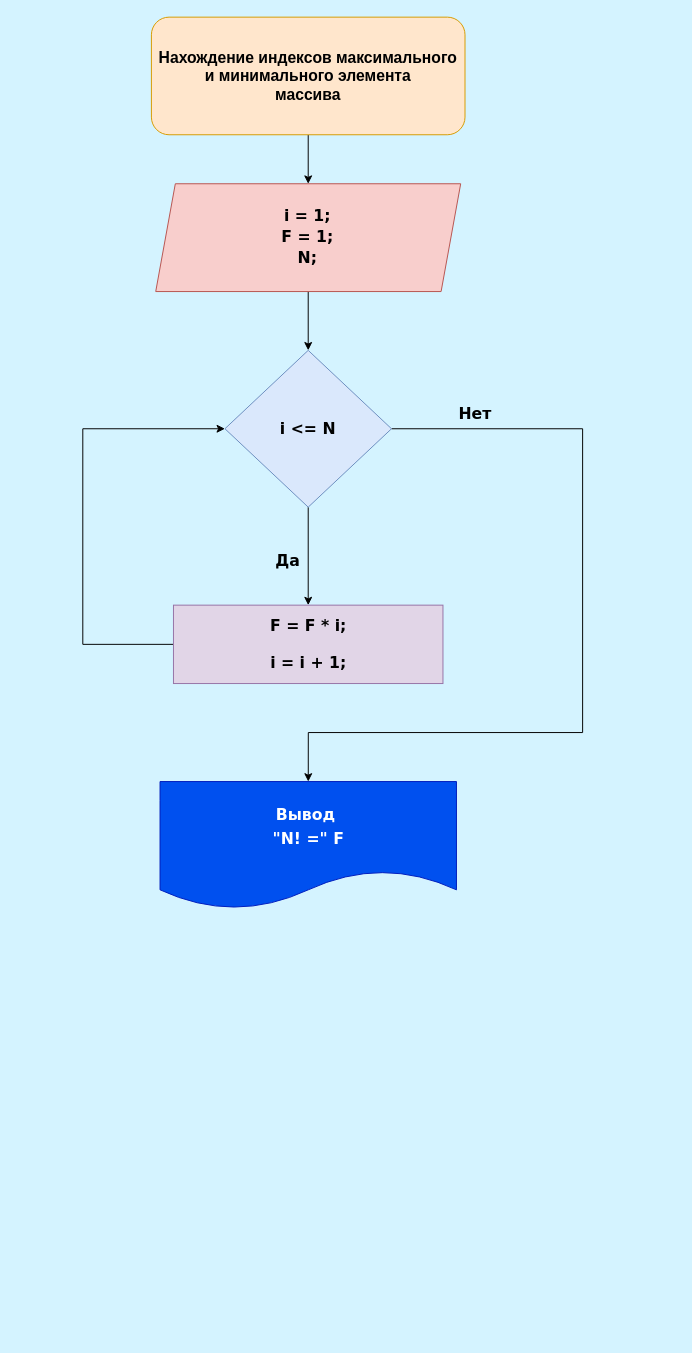
Earlier version of the draw.io diagram ДЗ Семинар 2(1).drawio (M-Ilya/-). Source tidied: cells renumbered, new cells numbered last; positions are measured from the earlier drawing's top-left corner, leaving out a move shared by most shapes. Both pictures are drawn from the tidied source at 98%, with x=0, y=0 at pixel (82, 17).
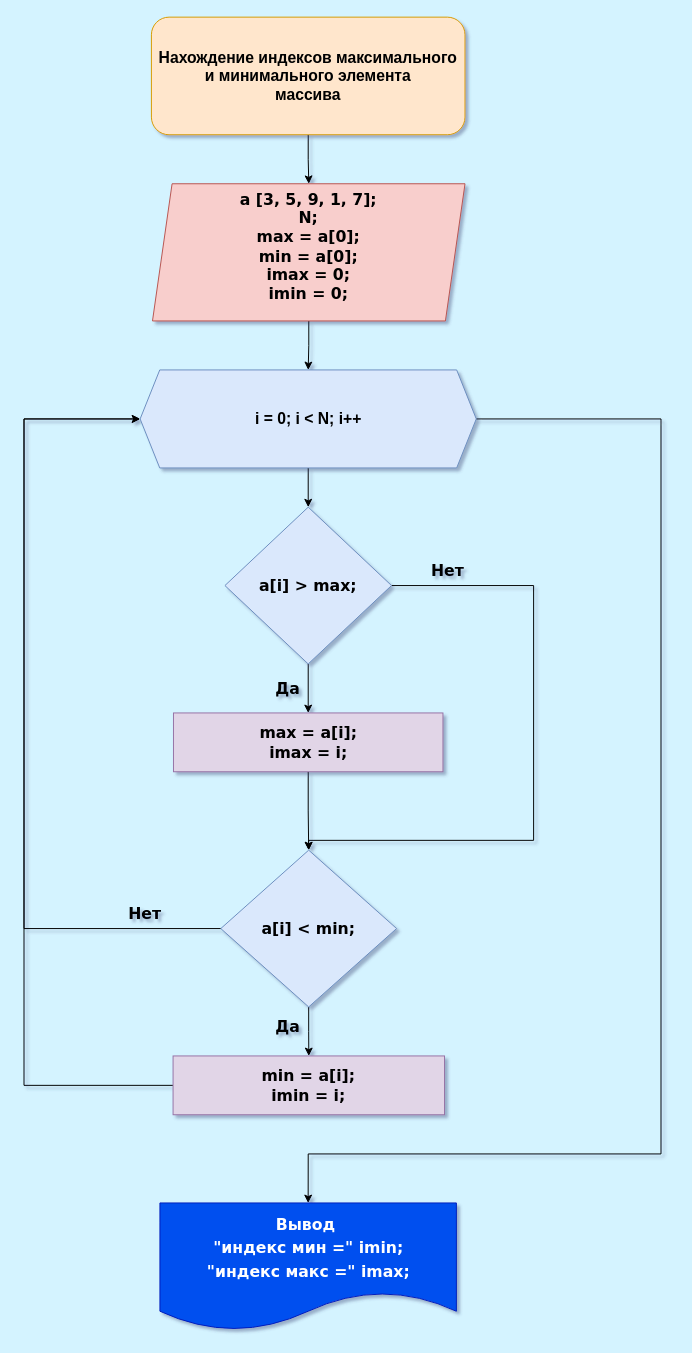
After the change.

Change to the diagram source:
```diff
@@
-<mxGraphModel background="#D4F3FF">
+<mxGraphModel background="#D4F3FF" shadow="1">
@@
-    <mxCell id="2" style="edgeStyle=orthogonalEdgeStyle;rounded=0;jettySize=auto;html=1;entryX=0.5;entryY=0;entryDx=0;entryDy=0;fontFamily=Verdana;" parent="1" edge="1" source="3" target="11">
-      <mxGeometry relative="1" as="geometry" />
-    </mxCell>
+    <mxCell id="14" style="edgeStyle=orthogonalEdgeStyle;rounded=0;jettySize=auto;html=1;fontSize=16;" parent="1" edge="1" source="3" target="19">
+      <mxGeometry relative="1" as="geometry" />
+    </mxCell>
-    <mxCell id="3" value="&lt;p style=&quot;line-height: 1.2; font-size: 16px;&quot;&gt;&lt;font style=&quot;font-size: 16px; line-height: 1.3;&quot;&gt;i = 1;&lt;br&gt;F = 1;&lt;br&gt;&lt;span style=&quot;background-color: initial;&quot;&gt;N;&lt;/span&gt;&lt;br&gt;&lt;/font&gt;&lt;/p&gt;" style="shape=parallelogram;perimeter=parallelogramPerimeter;whiteSpace=wrap;html=1;fixedSize=1;fillColor=#f8cecc;strokeColor=#b85450;fontFamily=Verdana;fontStyle=1;" parent="1" vertex="1">
-      <mxGeometry x="74.4" y="170" width="311.2" height="110" as="geometry" />
+    <mxCell id="3" value="&lt;font style=&quot;font-size: 16px;&quot;&gt;&lt;font style=&quot;font-size: 16px;&quot;&gt;&lt;span style=&quot;background-color: initial;&quot;&gt;a [3, 5, 9, 1, 7];&lt;/span&gt;&lt;br&gt;&lt;span style=&quot;background-color: initial;&quot;&gt;N;&lt;br&gt;&lt;/span&gt;&lt;/font&gt;max = a[0];&lt;br&gt;min = a[0];&lt;br&gt;&lt;/font&gt;&lt;font style=&quot;font-size: 16px;&quot;&gt;imax = 0;&lt;br&gt;imin = 0;&lt;/font&gt;&lt;br&gt;&lt;p&gt;&lt;/p&gt;" style="shape=parallelogram;perimeter=parallelogramPerimeter;whiteSpace=wrap;html=1;fixedSize=1;fillColor=#f8cecc;strokeColor=#b85450;fontFamily=Verdana;fontStyle=1;" parent="1" vertex="1">
+      <mxGeometry x="71.1" y="170" width="318.9" height="140" as="geometry" />
     </mxCell>
-    <mxCell id="4" style="edgeStyle=orthogonalEdgeStyle;rounded=0;jettySize=auto;html=1;fontFamily=Verdana;entryX=0;entryY=0.5;entryDx=0;entryDy=0;" parent="1" edge="1" source="5" target="11">
-      <mxGeometry relative="1" as="geometry">
-        <Array as="points">
-          <mxPoint y="640" />
-          <mxPoint y="420" />
-        </Array>
-      </mxGeometry>
-    </mxCell>
+    <mxCell id="15" style="edgeStyle=orthogonalEdgeStyle;rounded=0;jettySize=auto;html=1;fontFamily=Verdana;fontSize=16;" parent="1" edge="1" source="5" target="22">
+      <mxGeometry relative="1" as="geometry" />
+    </mxCell>
-    <mxCell id="5" value="&lt;font style=&quot;font-size: 16px;&quot;&gt;F = F * i;&lt;br&gt;&lt;br&gt;i = i + 1;&lt;br&gt;&lt;/font&gt;" style="whiteSpace=wrap;html=1;fontFamily=Verdana;fillColor=#e1d5e7;strokeColor=#9673a6;fontStyle=1;" parent="1" vertex="1">
-      <mxGeometry x="92.5" y="600" width="275" height="80" as="geometry" />
+    <mxCell id="5" value="&lt;font style=&quot;font-size: 16px;&quot;&gt;max = a[i];&lt;br&gt;imax = i;&lt;br&gt;&lt;/font&gt;" style="whiteSpace=wrap;html=1;fontFamily=Verdana;fillColor=#e1d5e7;strokeColor=#9673a6;fontStyle=1;" parent="1" vertex="1">
+      <mxGeometry x="92.5" y="710" width="275" height="60" as="geometry" />
     </mxCell>
-    <mxCell id="6" value="&lt;font style=&quot;font-size: 16px; line-height: 1.5;&quot;&gt;Вывод&amp;nbsp; &lt;br&gt;&quot;N! =&quot; F&lt;/font&gt;" style="shape=document;whiteSpace=wrap;html=1;boundedLbl=1;fontFamily=Verdana;fillColor=#0050ef;strokeColor=#001DBC;fontStyle=1;fontColor=#ffffff;" parent="1" vertex="1">
-      <mxGeometry x="78.8" y="780" width="302.5" height="130" as="geometry" />
+    <mxCell id="6" value="&lt;font style=&quot;font-size: 16px; line-height: 1.5;&quot;&gt;Вывод&amp;nbsp; &lt;br&gt;&quot;индекс мин =&quot; imin;&lt;br&gt;&quot;индекс макс =&quot; imax;&lt;br&gt;&lt;/font&gt;" style="shape=document;whiteSpace=wrap;html=1;boundedLbl=1;fontFamily=Verdana;fillColor=#0050ef;strokeColor=#001DBC;fontStyle=1;fontColor=#ffffff;" parent="1" vertex="1">
+      <mxGeometry x="78.7" y="1210" width="302.5" height="130" as="geometry" />
     </mxCell>
@@
-    <mxCell id="10" style="edgeStyle=orthogonalEdgeStyle;rounded=0;jettySize=auto;html=1;fontFamily=Verdana;fontSize=16;entryX=0.5;entryY=0;entryDx=0;entryDy=0;" parent="1" edge="1" source="11" target="6">
-      <mxGeometry relative="1" as="geometry">
-        <Array as="points">
-          <mxPoint x="510" y="420" />
-          <mxPoint x="510" y="730" />
-          <mxPoint x="230" y="730" />
-        </Array>
-      </mxGeometry>
-    </mxCell>
+    <mxCell id="16" style="edgeStyle=orthogonalEdgeStyle;rounded=0;jettySize=auto;html=1;fontFamily=Verdana;fontSize=16;entryX=0.5;entryY=0;entryDx=0;entryDy=0;exitX=1;exitY=0.5;exitDx=0;exitDy=0;" parent="1" edge="1" source="11" target="22">
+      <mxGeometry relative="1" as="geometry">
+        <Array as="points">
+          <mxPoint x="460" y="580" />
+          <mxPoint x="460" y="840" />
+          <mxPoint x="231" y="840" />
+        </Array>
+      </mxGeometry>
+    </mxCell>
-    <mxCell id="11" value="&lt;font style=&quot;font-size: 16px;&quot;&gt;&lt;b&gt;i &amp;lt;= N&lt;/b&gt;&lt;/font&gt;" style="rhombus;whiteSpace=wrap;html=1;fontFamily=Verdana;fillColor=#dae8fc;strokeColor=#6c8ebf;" parent="1" vertex="1">
-      <mxGeometry x="145" y="340" width="170" height="160" as="geometry" />
+    <mxCell id="11" value="&lt;font style=&quot;font-size: 16px;&quot;&gt;&lt;b&gt;a[i] &amp;gt; max;&lt;/b&gt;&lt;/font&gt;" style="rhombus;whiteSpace=wrap;html=1;fontFamily=Verdana;fillColor=#dae8fc;strokeColor=#6c8ebf;" parent="1" vertex="1">
+      <mxGeometry x="145" y="500" width="170" height="160" as="geometry" />
     </mxCell>
     <mxCell id="12" value="&lt;b&gt;Нет&lt;/b&gt;" style="text;html=1;align=center;verticalAlign=middle;strokeColor=none;fillColor=none;fontSize=16;fontFamily=Verdana;" parent="1" vertex="1">
-      <mxGeometry x="370" y="390" width="60" height="30" as="geometry" />
+      <mxGeometry x="341.5" y="550" width="60" height="30" as="geometry" />
     </mxCell>
     <mxCell id="13" value="Да" style="text;html=1;align=center;verticalAlign=middle;strokeColor=none;fillColor=none;fontSize=16;fontFamily=Verdana;fontStyle=1;" parent="1" vertex="1">
-      <mxGeometry x="184" y="540" width="50" height="30" as="geometry" />
+      <mxGeometry x="184" y="670" width="50" height="30" as="geometry" />
     </mxCell>
+    <mxCell id="17" style="edgeStyle=orthogonalEdgeStyle;rounded=0;jettySize=auto;html=1;fontFamily=Verdana;fontSize=16;" parent="1" edge="1" source="19" target="11">
+      <mxGeometry relative="1" as="geometry" />
+    </mxCell>
+    <mxCell id="18" style="edgeStyle=orthogonalEdgeStyle;rounded=0;jettySize=auto;html=1;fontFamily=Verdana;fontSize=16;entryX=0.5;entryY=0;entryDx=0;entryDy=0;" parent="1" edge="1" source="19" target="6">
+      <mxGeometry relative="1" as="geometry">
+        <Array as="points">
+          <mxPoint x="590" y="410" />
+          <mxPoint x="590" y="1160" />
+          <mxPoint x="230" y="1160" />
+        </Array>
+      </mxGeometry>
+    </mxCell>
+    <mxCell id="19" value="&lt;b&gt;i = 0; i &amp;lt; N; i++&lt;/b&gt;" style="shape=hexagon;perimeter=hexagonPerimeter2;whiteSpace=wrap;html=1;fixedSize=1;fontSize=16;fillColor=#dae8fc;strokeColor=#6c8ebf;" parent="1" vertex="1">
+      <mxGeometry x="58.5" y="360" width="343" height="100" as="geometry" />
+    </mxCell>
+    <mxCell id="20" style="edgeStyle=orthogonalEdgeStyle;rounded=0;jettySize=auto;html=1;fontFamily=Verdana;fontSize=16;" parent="1" edge="1" source="22" target="24">
+      <mxGeometry relative="1" as="geometry" />
+    </mxCell>
+    <mxCell id="21" style="edgeStyle=orthogonalEdgeStyle;rounded=0;jettySize=auto;html=1;entryX=0;entryY=0.5;entryDx=0;entryDy=0;fontFamily=Verdana;fontSize=16;" parent="1" edge="1" source="22" target="19">
+      <mxGeometry relative="1" as="geometry">
+        <Array as="points">
+          <mxPoint x="-60" y="930" />
+          <mxPoint x="-60" y="410" />
+        </Array>
+      </mxGeometry>
+    </mxCell>
+    <mxCell id="22" value="&lt;font style=&quot;font-size: 16px;&quot;&gt;a[i] &amp;lt; min;&lt;/font&gt;" style="rhombus;whiteSpace=wrap;html=1;fontFamily=Verdana;fillColor=#dae8fc;strokeColor=#6c8ebf;fontStyle=1;" parent="1" vertex="1">
+      <mxGeometry x="140.8" y="850" width="179.4" height="160" as="geometry" />
+    </mxCell>
+    <mxCell id="23" style="edgeStyle=orthogonalEdgeStyle;rounded=0;jettySize=auto;html=1;fontFamily=Verdana;fontSize=16;entryX=0;entryY=0.5;entryDx=0;entryDy=0;" parent="1" edge="1" source="24" target="19">
+      <mxGeometry relative="1" as="geometry">
+        <Array as="points">
+          <mxPoint x="-60" y="1090" />
+          <mxPoint x="-60" y="410" />
+        </Array>
+      </mxGeometry>
+    </mxCell>
+    <mxCell id="24" value="&lt;font style=&quot;font-size: 16px;&quot;&gt;min = a[i];&lt;br&gt;imin = i;&lt;/font&gt;" style="whiteSpace=wrap;html=1;fontFamily=Verdana;fillColor=#e1d5e7;strokeColor=#9673a6;fontStyle=1;" parent="1" vertex="1">
+      <mxGeometry x="92.1" y="1060" width="277" height="60" as="geometry" />
+    </mxCell>
+    <mxCell id="25" style="text;html=1;align=center;verticalAlign=middle;strokeColor=none;fillColor=none;fontSize=16;fontFamily=Verdana;" parent="1" vertex="1">
+      <mxGeometry x="270" y="1015" width="20" height="30" as="geometry" />
+    </mxCell>
+    <mxCell id="26" value="&lt;b&gt;Да&lt;/b&gt;" style="text;html=1;align=center;verticalAlign=middle;strokeColor=none;fillColor=none;fontSize=16;fontFamily=Verdana;" parent="1" vertex="1">
+      <mxGeometry x="184" y="1015" width="50" height="30" as="geometry" />
+    </mxCell>
+    <mxCell id="27" value="Нет" style="text;html=1;align=center;verticalAlign=middle;strokeColor=none;fillColor=none;fontSize=16;fontFamily=Verdana;fontStyle=1;" parent="1" vertex="1">
+      <mxGeometry x="32.5" y="900" width="60" height="30" as="geometry" />
+    </mxCell>
```
